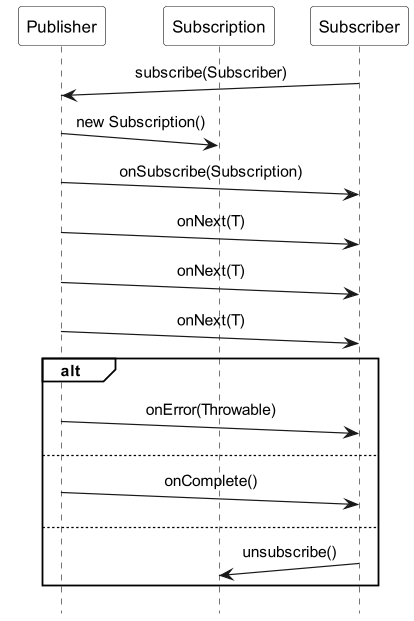
Above: images/Reactive_Extensions.png in ti-cortex-m4/demo-java-reactive-streams-old (PlantUML), before the change. Source of this version:
```plantuml
@startuml
!include sequence_header.iuml

skinparam participantPadding 10

participant Publisher
participant Subscription
participant Subscriber

Subscriber ->(10) Publisher : subscribe(Subscriber)
Publisher ->(10) Subscription : new Subscription()
Publisher ->(10) Subscriber : onSubscribe(Subscription)

Publisher ->(10) Subscriber : onNext(T)
Publisher ->(10) Subscriber : onNext(T)
Publisher ->(10) Subscriber : onNext(T)

alt
    Publisher ->(10) Subscriber : onError(Throwable)
else
    Publisher ->(10) Subscriber : onComplete()
else
    Subscriber ->(10) Subscription : unsubscribe()
end

@enduml
```
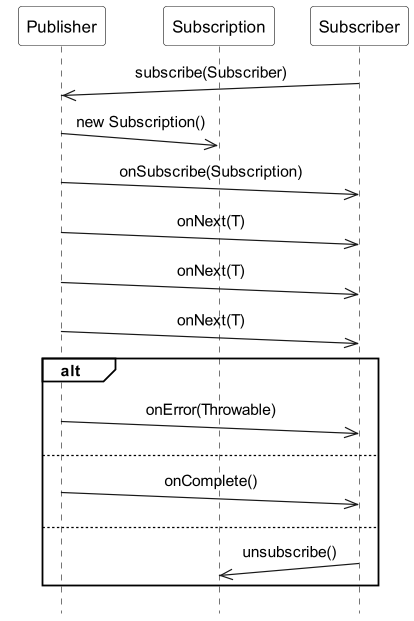
The same file after the commit.

Diff of the diagram source:
```diff
@@ -1,5 +1,5 @@
 @startuml
-!include sequence_header.iuml
+!include sequence_diagram_header.iuml
 
 skinparam participantPadding 10
 
@@ -7,20 +7,20 @@
 participant Subscription
 participant Subscriber
 
-Subscriber ->(10) Publisher : subscribe(Subscriber)
-Publisher ->(10) Subscription : new Subscription()
-Publisher ->(10) Subscriber : onSubscribe(Subscription)
+Subscriber ->>(10) Publisher : subscribe(Subscriber)
+Publisher ->>(10) Subscription : new Subscription()
+Publisher ->>(10) Subscriber : onSubscribe(Subscription)
 
-Publisher ->(10) Subscriber : onNext(T)
-Publisher ->(10) Subscriber : onNext(T)
-Publisher ->(10) Subscriber : onNext(T)
+Publisher ->>(10) Subscriber : onNext(T)
+Publisher ->>(10) Subscriber : onNext(T)
+Publisher ->>(10) Subscriber : onNext(T)
 
 alt
-    Publisher ->(10) Subscriber : onError(Throwable)
+    Publisher ->>(10) Subscriber : onError(Throwable)
 else
-    Publisher ->(10) Subscriber : onComplete()
+    Publisher ->>(10) Subscriber : onComplete()
 else
-    Subscriber ->(10) Subscription : unsubscribe()
+    Subscriber ->>(10) Subscription : unsubscribe()
 end
 
 @enduml
```
